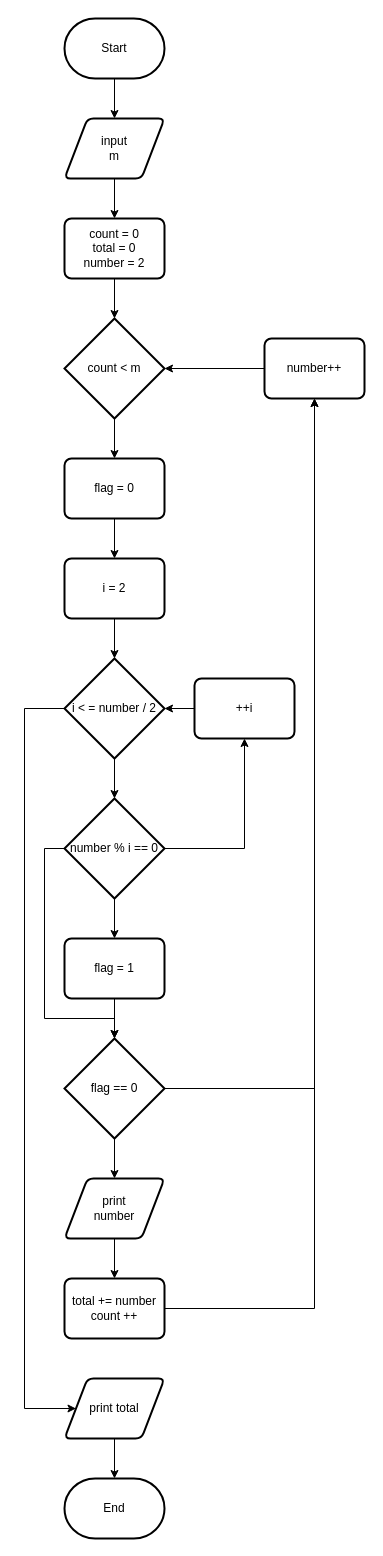
DoubleA478/alprog keeps this draw.io diagram as praktikum 4/lresmi2.drawio. Above is the earlier version. Source tidied: cells renumbered, new cells numbered last; positions are measured from the earlier drawing's top-left corner, leaving out a move shared by most shapes. Both pictures are drawn from the tidied source at 100%, with x=0, y=0 at pixel (24, 18).
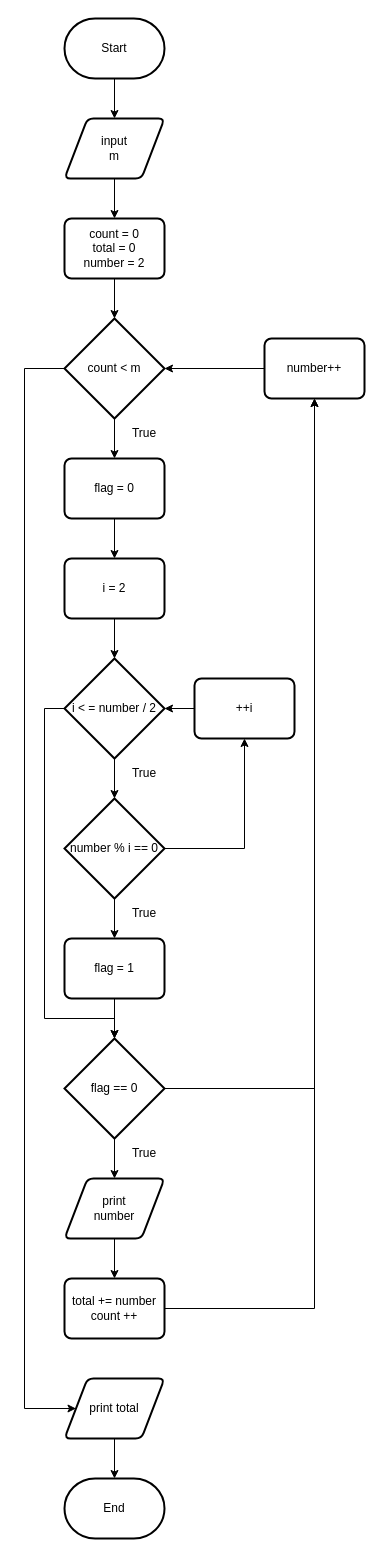
Above is the later version.

The change refers to these unchanged cells:
```xml
<mxCell id="9" value="count &amp;lt; m" style="strokeWidth=2;html=1;shape=mxgraph.flowchart.decision;whiteSpace=wrap;" parent="1" vertex="1">
  <mxGeometry x="40" y="300" width="100" height="100" as="geometry" />
</mxCell>
<mxCell id="16" value="i &amp;lt; = number / 2" style="strokeWidth=2;html=1;shape=mxgraph.flowchart.decision;whiteSpace=wrap;" parent="1" vertex="1">
  <mxGeometry x="40" y="640" width="100" height="100" as="geometry" />
</mxCell>
<mxCell id="20" value="number % i == 0" style="strokeWidth=2;html=1;shape=mxgraph.flowchart.decision;whiteSpace=wrap;" parent="1" vertex="1">
  <mxGeometry x="40" y="780" width="100" height="100" as="geometry" />
</mxCell>
<mxCell id="25" value="flag == 0" style="strokeWidth=2;html=1;shape=mxgraph.flowchart.decision;whiteSpace=wrap;" parent="1" vertex="1">
  <mxGeometry x="40" y="1020" width="100" height="100" as="geometry" />
</mxCell>
<mxCell id="35" value="print total" style="shape=parallelogram;html=1;strokeWidth=2;perimeter=parallelogramPerimeter;whiteSpace=wrap;rounded=1;arcSize=12;size=0.23;" parent="1" vertex="1">
  <mxGeometry x="40" y="1360" width="100" height="60" as="geometry" />
</mxCell>
```

Diff of the diagram source:
```diff
@@
+    <mxCell id="37" style="edgeStyle=orthogonalEdgeStyle;rounded=0;jettySize=auto;html=1;exitX=0;exitY=0.5;exitDx=0;exitDy=0;exitPerimeter=0;entryX=0;entryY=0.5;entryDx=0;entryDy=0;" parent="1" edge="1" source="9" target="35">
+      <mxGeometry relative="1" as="geometry">
+        <Array as="points">
+          <mxPoint y="350" />
+          <mxPoint y="1390" />
+        </Array>
+      </mxGeometry>
+    </mxCell>
@@
-    <mxCell id="15" style="edgeStyle=orthogonalEdgeStyle;rounded=0;jettySize=auto;html=1;exitX=0;exitY=0.5;exitDx=0;exitDy=0;exitPerimeter=0;entryX=0;entryY=0.5;entryDx=0;entryDy=0;" parent="1" edge="1" source="16" target="35">
-      <mxGeometry relative="1" as="geometry">
-        <Array as="points">
-          <mxPoint y="690" />
-          <mxPoint y="1390" />
-        </Array>
-      </mxGeometry>
-    </mxCell>
+    <mxCell id="38" style="edgeStyle=orthogonalEdgeStyle;rounded=0;jettySize=auto;html=1;exitX=0;exitY=0.5;exitDx=0;exitDy=0;exitPerimeter=0;entryX=0.5;entryY=0;entryDx=0;entryDy=0;entryPerimeter=0;" parent="1" edge="1" source="16" target="25">
+      <mxGeometry relative="1" as="geometry">
+        <Array as="points">
+          <mxPoint x="20" y="690" />
+          <mxPoint x="20" y="1000" />
+          <mxPoint x="90" y="1000" />
+        </Array>
+      </mxGeometry>
+    </mxCell>
@@
-    <mxCell id="19" style="edgeStyle=orthogonalEdgeStyle;rounded=0;jettySize=auto;html=1;exitX=0;exitY=0.5;exitDx=0;exitDy=0;exitPerimeter=0;" parent="1" edge="1" source="20" target="25">
-      <mxGeometry relative="1" as="geometry">
-        <Array as="points">
-          <mxPoint x="20" y="830" />
-          <mxPoint x="20" y="1000" />
-          <mxPoint x="90" y="1000" />
-        </Array>
-      </mxGeometry>
-    </mxCell>
@@
+    <mxCell id="39" value="&lt;div&gt;True&lt;/div&gt;" style="text;html=1;strokeColor=none;fillColor=none;align=center;verticalAlign=middle;whiteSpace=wrap;rounded=0;" parent="1" vertex="1">
+      <mxGeometry x="90" y="400" width="60" height="30" as="geometry" />
+    </mxCell>
+    <mxCell id="40" value="&lt;div&gt;True&lt;/div&gt;" style="text;html=1;strokeColor=none;fillColor=none;align=center;verticalAlign=middle;whiteSpace=wrap;rounded=0;" parent="1" vertex="1">
+      <mxGeometry x="90" y="740" width="60" height="30" as="geometry" />
+    </mxCell>
+    <mxCell id="41" value="&lt;div&gt;True&lt;/div&gt;" style="text;html=1;strokeColor=none;fillColor=none;align=center;verticalAlign=middle;whiteSpace=wrap;rounded=0;" parent="1" vertex="1">
+      <mxGeometry x="90" y="1120" width="60" height="30" as="geometry" />
+    </mxCell>
+    <mxCell id="42" value="&lt;div&gt;True&lt;/div&gt;" style="text;html=1;strokeColor=none;fillColor=none;align=center;verticalAlign=middle;whiteSpace=wrap;rounded=0;" parent="1" vertex="1">
+      <mxGeometry x="90" y="880" width="60" height="30" as="geometry" />
+    </mxCell>
```
